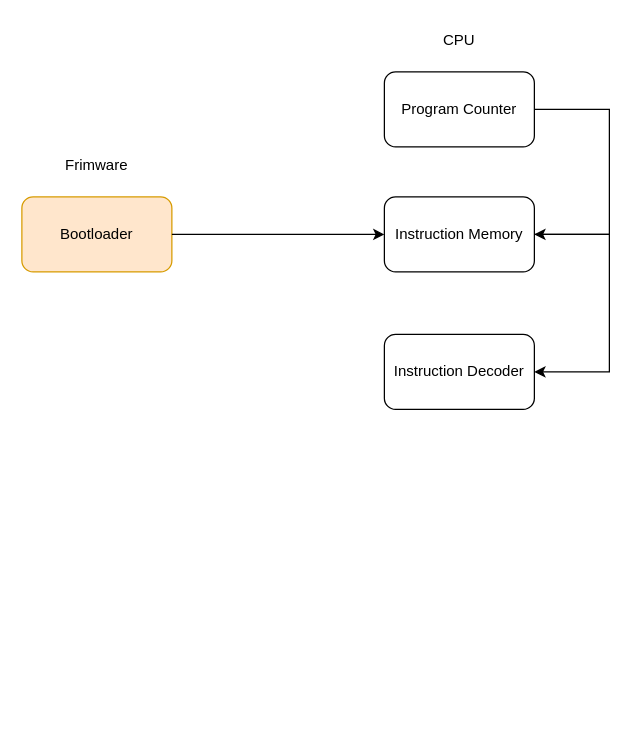
The draw.io diagram Genesis.drawio in brilliantnarlo/system-design, before the edit. Source tidied: cells renumbered, new cells numbered last; positions are measured from the earlier drawing's top-left corner, leaving out a move shared by most shapes. Both pictures are drawn from the tidied source at 125%, with x=0, y=0 at pixel (21, 21).
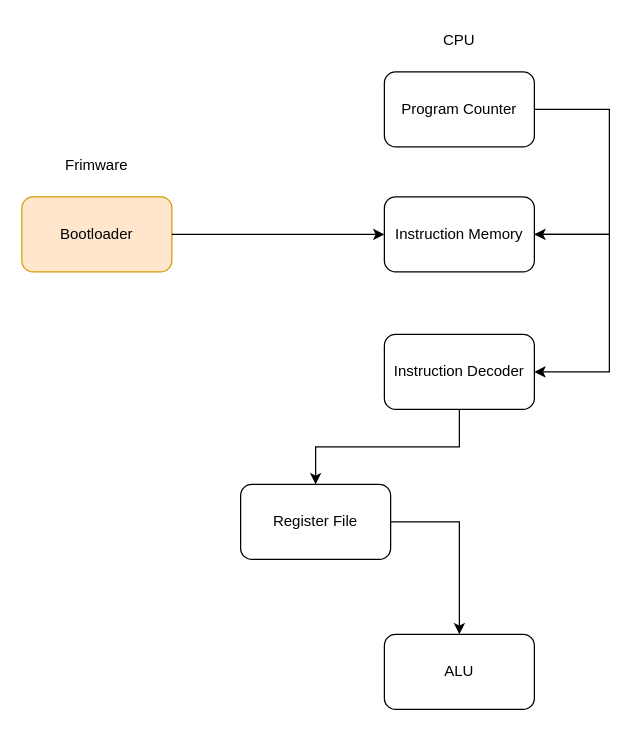
The same diagram, later.

Diff of the diagram source:
```diff
@@
 <mxGraphModel>
   <root>
     <mxCell id="0" />
     <mxCell id="1" parent="0" />
     <mxCell id="2" value="Program Counter" style="rounded=1;whiteSpace=wrap;html=1;" parent="1" vertex="1">
       <mxGeometry x="290" y="40" width="120" height="60" as="geometry" />
     </mxCell>
     <mxCell id="3" value="Bootloader" style="rounded=1;whiteSpace=wrap;html=1;fillColor=#ffe6cc;strokeColor=#d79b00;" parent="1" vertex="1">
       <mxGeometry y="140" width="120" height="60" as="geometry" />
     </mxCell>
     <mxCell id="4" value="CPU" style="text;html=1;whiteSpace=wrap;strokeColor=none;fillColor=none;align=center;verticalAlign=middle;rounded=0;" parent="1" vertex="1">
       <mxGeometry x="320" width="60" height="30" as="geometry" />
     </mxCell>
     <mxCell id="5" value="Frimware" style="text;html=1;whiteSpace=wrap;strokeColor=none;fillColor=none;align=center;verticalAlign=middle;rounded=0;" parent="1" vertex="1">
       <mxGeometry x="30" y="100" width="60" height="30" as="geometry" />
     </mxCell>
     <mxCell id="6" value="Instruction Memory" style="rounded=1;whiteSpace=wrap;html=1;" parent="1" vertex="1">
       <mxGeometry x="290" y="140" width="120" height="60" as="geometry" />
     </mxCell>
     <mxCell id="7" value="Instruction Decoder" style="rounded=1;whiteSpace=wrap;html=1;" parent="1" vertex="1">
       <mxGeometry x="290" y="250" width="120" height="60" as="geometry" />
     </mxCell>
     <mxCell id="8" style="endArrow=classic;html=1;rounded=0;exitX=1;exitY=0.5;exitDx=0;exitDy=0;entryX=1;entryY=0.5;entryDx=0;entryDy=0;edgeStyle=orthogonalEdgeStyle;" parent="1" edge="1" source="2" target="6">
       <mxGeometry relative="1" as="geometry">
         <Array as="points">
           <mxPoint x="470" y="70" />
           <mxPoint x="470" y="170" />
         </Array>
       </mxGeometry>
     </mxCell>
     <mxCell id="9" style="endArrow=classic;html=1;rounded=0;exitX=1;exitY=0.5;exitDx=0;exitDy=0;entryX=1;entryY=0.5;entryDx=0;entryDy=0;edgeStyle=orthogonalEdgeStyle;" parent="1" edge="1" source="6" target="7">
       <mxGeometry relative="1" as="geometry">
         <Array as="points">
           <mxPoint x="470" y="170" />
           <mxPoint x="470" y="280" />
         </Array>
       </mxGeometry>
     </mxCell>
     <mxCell id="10" style="endArrow=classic;html=1;rounded=0;exitX=1;exitY=0.5;exitDx=0;exitDy=0;entryX=0;entryY=0.5;entryDx=0;entryDy=0;" parent="1" edge="1" source="3" target="6">
       <mxGeometry relative="1" as="geometry" />
     </mxCell>
+    <mxCell id="11" value="Register File" style="rounded=1;whiteSpace=wrap;html=1;" parent="1" vertex="1">
+      <mxGeometry x="175" y="370" width="120" height="60" as="geometry" />
+    </mxCell>
+    <mxCell id="12" value="ALU" style="rounded=1;whiteSpace=wrap;html=1;" parent="1" vertex="1">
+      <mxGeometry x="290" y="490" width="120" height="60" as="geometry" />
+    </mxCell>
+    <mxCell id="13" style="endArrow=classic;html=1;rounded=0;exitX=0.5;exitY=1;exitDx=0;exitDy=0;entryX=0.5;entryY=0;entryDx=0;entryDy=0;edgeStyle=orthogonalEdgeStyle;" parent="1" edge="1" source="7" target="11">
+      <mxGeometry relative="1" as="geometry" />
+    </mxCell>
+    <mxCell id="14" style="endArrow=classic;html=1;rounded=0;exitX=1;exitY=0.5;exitDx=0;exitDy=0;entryX=0.5;entryY=0;entryDx=0;entryDy=0;edgeStyle=orthogonalEdgeStyle;" parent="1" edge="1" source="11" target="12">
+      <mxGeometry relative="1" as="geometry" />
+    </mxCell>
   </root>
 </mxGraphModel>
```
